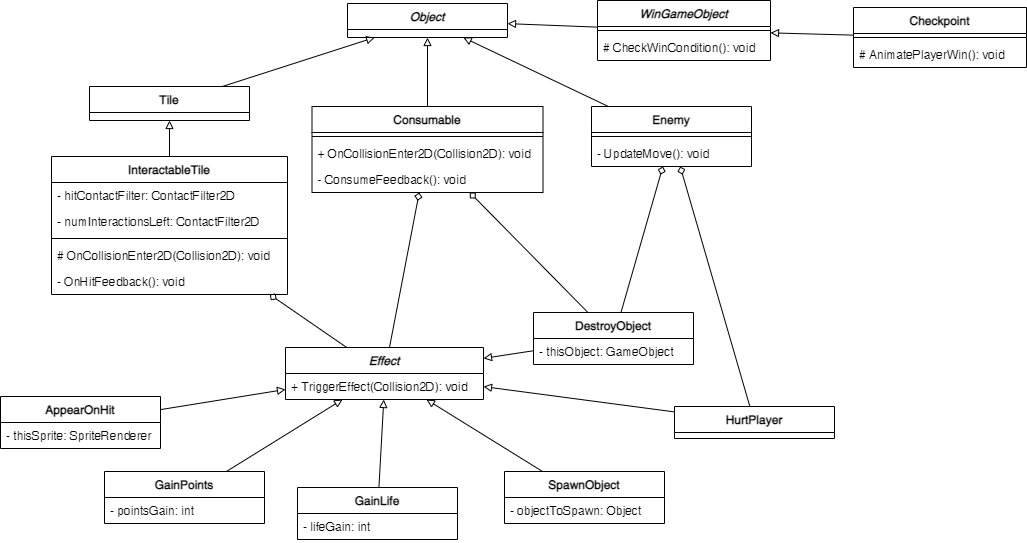
Before: images/class-diagram.png, a diagram exported from draw.io (djtfoo/PlatformerGame2D). Source tidied: cells renumbered, new cells last; positions are measured from the earlier drawing's top-left corner, leaving out a move shared by most shapes. Source of this version:
```xml
<mxGraphModel>
  <root>
    <mxCell id="0" />
    <mxCell id="1" parent="0" />
    <mxCell id="2" value="Object" style="swimlane;fontStyle=3;align=center;verticalAlign=top;horizontal=1;startSize=26;" parent="1" vertex="1">
      <mxGeometry x="347" y="3" width="160" height="34" as="geometry" />
    </mxCell>
    <mxCell id="3" style="edgeStyle=none;rounded=0;jettySize=auto;html=1;startArrow=none;startFill=0;endArrow=block;endFill=0;" parent="1" edge="1" source="4" target="2">
      <mxGeometry relative="1" as="geometry" />
    </mxCell>
    <mxCell id="4" value="Tile" style="swimlane;fontStyle=1;align=center;verticalAlign=top;horizontal=1;startSize=26;" parent="1" vertex="1">
      <mxGeometry x="89" y="86" width="160" height="34" as="geometry" />
    </mxCell>
    <mxCell id="5" style="edgeStyle=none;rounded=0;jettySize=auto;html=1;startArrow=diamond;startFill=0;endArrow=none;endFill=0;" parent="1" edge="1" source="7" target="13">
      <mxGeometry relative="1" as="geometry" />
    </mxCell>
    <mxCell id="6" style="edgeStyle=none;rounded=0;jettySize=auto;html=1;startArrow=none;startFill=0;endArrow=block;endFill=0;" parent="1" edge="1" source="7" target="4">
      <mxGeometry relative="1" as="geometry" />
    </mxCell>
    <mxCell id="7" value="InteractableTile" style="swimlane;fontStyle=1;align=center;verticalAlign=top;horizontal=1;startSize=26;" parent="1" vertex="1">
      <mxGeometry x="51" y="156" width="236" height="138" as="geometry" />
    </mxCell>
    <mxCell id="8" value="- hitContactFilter: ContactFilter2D" style="text;strokeColor=none;fillColor=none;align=left;verticalAlign=top;spacingLeft=4;spacingRight=4;overflow=hidden;" parent="7" vertex="1">
      <mxGeometry y="26" width="236" height="26" as="geometry" />
    </mxCell>
    <mxCell id="9" value="- numInteractionsLeft: ContactFilter2D" style="text;strokeColor=none;fillColor=none;align=left;verticalAlign=top;spacingLeft=4;spacingRight=4;overflow=hidden;" parent="7" vertex="1">
      <mxGeometry y="52" width="236" height="26" as="geometry" />
    </mxCell>
    <mxCell id="10" style="line;strokeWidth=1;fillColor=none;align=left;verticalAlign=middle;spacingTop=-1;spacingLeft=3;spacingRight=3;labelPosition=right;" parent="7" vertex="1">
      <mxGeometry y="78" width="236" height="8" as="geometry" />
    </mxCell>
    <mxCell id="11" value="# OnCollisionEnter2D(Collision2D): void" style="text;strokeColor=none;fillColor=none;align=left;verticalAlign=top;spacingLeft=4;spacingRight=4;overflow=hidden;" parent="7" vertex="1">
      <mxGeometry y="86" width="236" height="26" as="geometry" />
    </mxCell>
    <mxCell id="12" value="- OnHitFeedback(): void" style="text;strokeColor=none;fillColor=none;align=left;verticalAlign=top;spacingLeft=4;spacingRight=4;overflow=hidden;" parent="7" vertex="1">
      <mxGeometry y="112" width="236" height="26" as="geometry" />
    </mxCell>
    <mxCell id="13" value="Effect" style="swimlane;fontStyle=3;align=center;verticalAlign=top;horizontal=1;startSize=26;" parent="1" vertex="1">
      <mxGeometry x="285" y="347" width="198" height="52" as="geometry" />
    </mxCell>
    <mxCell id="14" value="+ TriggerEffect(Collision2D): void" style="text;strokeColor=none;fillColor=none;align=left;verticalAlign=top;spacingLeft=4;spacingRight=4;overflow=hidden;points=[[0,0.5],[1,0.5]];portConstraint=eastwest;" parent="13" vertex="1">
      <mxGeometry y="26" width="198" height="26" as="geometry" />
    </mxCell>
    <mxCell id="15" style="rounded=0;jettySize=auto;html=1;endArrow=none;endFill=0;startArrow=diamond;startFill=0;" parent="1" edge="1" source="18" target="13">
      <mxGeometry relative="1" as="geometry" />
    </mxCell>
    <mxCell id="16" style="edgeStyle=none;rounded=0;jettySize=auto;html=1;startArrow=none;startFill=0;endArrow=block;endFill=0;" parent="1" edge="1" source="18" target="2">
      <mxGeometry relative="1" as="geometry" />
    </mxCell>
    <mxCell id="17" style="edgeStyle=none;rounded=0;jettySize=auto;html=1;startArrow=diamond;startFill=0;endArrow=none;endFill=0;" parent="1" edge="1" source="18" target="43">
      <mxGeometry relative="1" as="geometry" />
    </mxCell>
    <mxCell id="18" value="Consumable" style="swimlane;fontStyle=1;align=center;verticalAlign=top;horizontal=1;startSize=26;" parent="1" vertex="1">
      <mxGeometry x="311.5" y="106" width="231" height="86" as="geometry" />
    </mxCell>
    <mxCell id="19" style="line;strokeWidth=1;fillColor=none;align=left;verticalAlign=middle;spacingTop=-1;spacingLeft=3;spacingRight=3;labelPosition=right;" parent="18" vertex="1">
      <mxGeometry y="26" width="231" height="8" as="geometry" />
    </mxCell>
    <mxCell id="20" value="+ OnCollisionEnter2D(Collision2D): void" style="text;strokeColor=none;fillColor=none;align=left;verticalAlign=top;spacingLeft=4;spacingRight=4;overflow=hidden;" parent="18" vertex="1">
      <mxGeometry y="34" width="231" height="26" as="geometry" />
    </mxCell>
    <mxCell id="21" value="- ConsumeFeedback(): void" style="text;strokeColor=none;fillColor=none;align=left;verticalAlign=top;spacingLeft=4;spacingRight=4;overflow=hidden;" parent="18" vertex="1">
      <mxGeometry y="60" width="231" height="26" as="geometry" />
    </mxCell>
    <mxCell id="22" style="edgeStyle=none;rounded=0;jettySize=auto;html=1;startArrow=none;startFill=0;endArrow=block;endFill=0;" parent="1" edge="1" source="25" target="2">
      <mxGeometry relative="1" as="geometry" />
    </mxCell>
    <mxCell id="23" style="edgeStyle=none;rounded=0;jettySize=auto;html=1;startArrow=diamond;startFill=0;endArrow=none;endFill=0;" parent="1" edge="1" source="25" target="43">
      <mxGeometry relative="1" as="geometry" />
    </mxCell>
    <mxCell id="24" style="edgeStyle=none;rounded=0;jettySize=auto;html=1;startArrow=diamond;startFill=0;endArrow=none;endFill=0;" parent="1" edge="1" source="25" target="38">
      <mxGeometry relative="1" as="geometry" />
    </mxCell>
    <mxCell id="25" value="Enemy" style="swimlane;fontStyle=1;align=center;verticalAlign=top;horizontal=1;startSize=26;" parent="1" vertex="1">
      <mxGeometry x="591" y="106" width="160" height="60" as="geometry" />
    </mxCell>
    <mxCell id="26" style="line;strokeWidth=1;fillColor=none;align=left;verticalAlign=middle;spacingTop=-1;spacingLeft=3;spacingRight=3;labelPosition=right;" parent="25" vertex="1">
      <mxGeometry y="26" width="160" height="8" as="geometry" />
    </mxCell>
    <mxCell id="27" value="- UpdateMove(): void" style="text;strokeColor=none;fillColor=none;align=left;verticalAlign=top;spacingLeft=4;spacingRight=4;overflow=hidden;" parent="25" vertex="1">
      <mxGeometry y="34" width="160" height="26" as="geometry" />
    </mxCell>
    <mxCell id="28" style="edgeStyle=none;rounded=0;jettySize=auto;html=1;startArrow=none;startFill=0;endArrow=block;endFill=0;" parent="1" edge="1" source="29" target="13">
      <mxGeometry relative="1" as="geometry" />
    </mxCell>
    <mxCell id="29" value="AppearOnHit" style="swimlane;fontStyle=1;align=center;verticalAlign=top;horizontal=1;startSize=26;" parent="1" vertex="1">
      <mxGeometry y="396" width="160" height="52" as="geometry" />
    </mxCell>
    <mxCell id="30" value="- thisSprite: SpriteRenderer" style="text;strokeColor=none;fillColor=none;align=left;verticalAlign=top;spacingLeft=4;spacingRight=4;overflow=hidden;" parent="29" vertex="1">
      <mxGeometry y="26" width="160" height="26" as="geometry" />
    </mxCell>
    <mxCell id="31" style="edgeStyle=none;rounded=0;jettySize=auto;html=1;startArrow=none;startFill=0;endArrow=block;endFill=0;" parent="1" edge="1" source="32" target="13">
      <mxGeometry relative="1" as="geometry" />
    </mxCell>
    <mxCell id="32" value="SpawnObject" style="swimlane;fontStyle=1;align=center;verticalAlign=top;horizontal=1;startSize=26;" parent="1" vertex="1">
      <mxGeometry x="504" y="471" width="160" height="52" as="geometry" />
    </mxCell>
    <mxCell id="33" value="- objectToSpawn: Object" style="text;strokeColor=none;fillColor=none;align=left;verticalAlign=top;spacingLeft=4;spacingRight=4;overflow=hidden;" parent="32" vertex="1">
      <mxGeometry y="26" width="160" height="26" as="geometry" />
    </mxCell>
    <mxCell id="34" style="edgeStyle=none;rounded=0;jettySize=auto;html=1;startArrow=none;startFill=0;endArrow=block;endFill=0;" parent="1" edge="1" source="35" target="13">
      <mxGeometry relative="1" as="geometry" />
    </mxCell>
    <mxCell id="35" value="GainPoints" style="swimlane;fontStyle=1;align=center;verticalAlign=top;horizontal=1;startSize=26;" parent="1" vertex="1">
      <mxGeometry x="104" y="471" width="160" height="52" as="geometry" />
    </mxCell>
    <mxCell id="36" value="- pointsGain: int" style="text;strokeColor=none;fillColor=none;align=left;verticalAlign=top;spacingLeft=4;spacingRight=4;overflow=hidden;" parent="35" vertex="1">
      <mxGeometry y="26" width="160" height="26" as="geometry" />
    </mxCell>
    <mxCell id="37" style="edgeStyle=none;rounded=0;jettySize=auto;html=1;startArrow=none;startFill=0;endArrow=block;endFill=0;" parent="1" edge="1" source="38" target="13">
      <mxGeometry relative="1" as="geometry" />
    </mxCell>
    <mxCell id="38" value="HurtPlayer" style="swimlane;fontStyle=1;align=center;verticalAlign=top;horizontal=1;startSize=26;" parent="1" vertex="1">
      <mxGeometry x="674" y="406" width="160" height="32" as="geometry" />
    </mxCell>
    <mxCell id="39" style="edgeStyle=none;rounded=0;jettySize=auto;html=1;startArrow=none;startFill=0;endArrow=block;endFill=0;" parent="1" edge="1" source="40" target="14">
      <mxGeometry relative="1" as="geometry" />
    </mxCell>
    <mxCell id="40" value="GainLife" style="swimlane;fontStyle=1;align=center;verticalAlign=top;horizontal=1;startSize=26;" parent="1" vertex="1">
      <mxGeometry x="297" y="487" width="160" height="52" as="geometry" />
    </mxCell>
    <mxCell id="41" value="- lifeGain: int" style="text;strokeColor=none;fillColor=none;align=left;verticalAlign=top;spacingLeft=4;spacingRight=4;overflow=hidden;" parent="40" vertex="1">
      <mxGeometry y="26" width="160" height="26" as="geometry" />
    </mxCell>
    <mxCell id="42" style="edgeStyle=none;rounded=0;jettySize=auto;html=1;startArrow=none;startFill=0;endArrow=block;endFill=0;" parent="1" edge="1" source="43" target="13">
      <mxGeometry relative="1" as="geometry" />
    </mxCell>
    <mxCell id="43" value="DestroyObject" style="swimlane;fontStyle=1;align=center;verticalAlign=top;horizontal=1;startSize=26;" parent="1" vertex="1">
      <mxGeometry x="533" y="312" width="160" height="52" as="geometry" />
    </mxCell>
    <mxCell id="44" value="- thisObject: GameObject" style="text;strokeColor=none;fillColor=none;align=left;verticalAlign=top;spacingLeft=4;spacingRight=4;overflow=hidden;" parent="43" vertex="1">
      <mxGeometry y="26" width="160" height="26" as="geometry" />
    </mxCell>
    <mxCell id="45" style="edgeStyle=none;rounded=0;jettySize=auto;html=1;startArrow=none;startFill=0;endArrow=block;endFill=0;" parent="1" edge="1" source="46" target="50">
      <mxGeometry relative="1" as="geometry" />
    </mxCell>
    <mxCell id="46" value="Checkpoint" style="swimlane;fontStyle=1;align=center;verticalAlign=top;horizontal=1;startSize=26;" parent="1" vertex="1">
      <mxGeometry x="853" y="7" width="173" height="60" as="geometry" />
    </mxCell>
    <mxCell id="47" style="line;strokeWidth=1;fillColor=none;align=left;verticalAlign=middle;spacingTop=-1;spacingLeft=3;spacingRight=3;labelPosition=right;" parent="46" vertex="1">
      <mxGeometry y="26" width="173" height="8" as="geometry" />
    </mxCell>
    <mxCell id="48" value="# AnimatePlayerWin(): void" style="text;strokeColor=none;fillColor=none;align=left;verticalAlign=top;spacingLeft=4;spacingRight=4;overflow=hidden;" parent="46" vertex="1">
      <mxGeometry y="34" width="173" height="26" as="geometry" />
    </mxCell>
    <mxCell id="49" style="edgeStyle=none;rounded=0;jettySize=auto;html=1;startArrow=none;startFill=0;endArrow=block;endFill=0;" parent="1" edge="1" source="50" target="2">
      <mxGeometry relative="1" as="geometry" />
    </mxCell>
    <mxCell id="50" value="WinGameObject" style="swimlane;fontStyle=3;align=center;verticalAlign=top;horizontal=1;startSize=26;" parent="1" vertex="1">
      <mxGeometry x="597" width="173" height="60" as="geometry" />
    </mxCell>
    <mxCell id="51" style="line;strokeWidth=1;fillColor=none;align=left;verticalAlign=middle;spacingTop=-1;spacingLeft=3;spacingRight=3;labelPosition=right;" parent="50" vertex="1">
      <mxGeometry y="26" width="173" height="8" as="geometry" />
    </mxCell>
    <mxCell id="52" value="# CheckWinCondition(): void" style="text;strokeColor=none;fillColor=none;align=left;verticalAlign=top;spacingLeft=4;spacingRight=4;overflow=hidden;" parent="50" vertex="1">
      <mxGeometry y="34" width="173" height="26" as="geometry" />
    </mxCell>
  </root>
</mxGraphModel>
```
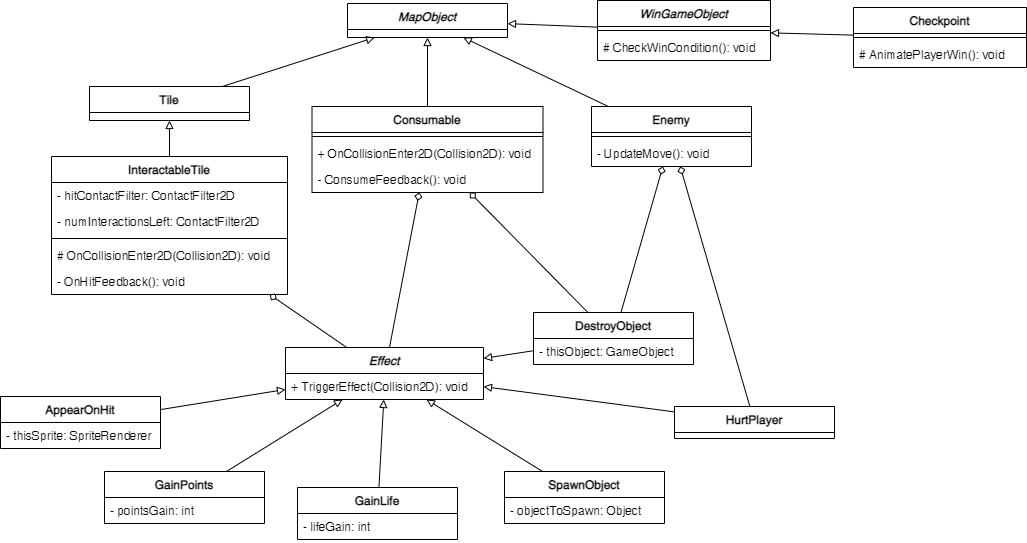
The same file after the commit.

Commit message:
Added comments, and renamed Object to MapObject for clarity and avoid namespace conflict

Change to the diagram source:
```diff
@@ -2,7 +2,7 @@
   <root>
     <mxCell id="0" />
     <mxCell id="1" parent="0" />
-    <mxCell id="2" value="Object" style="swimlane;fontStyle=3;align=center;verticalAlign=top;horizontal=1;startSize=26;" parent="1" vertex="1">
+    <mxCell id="2" value="MapObject" style="swimlane;fontStyle=3;align=center;verticalAlign=top;horizontal=1;startSize=26;" parent="1" vertex="1">
       <mxGeometry x="347" y="3" width="160" height="34" as="geometry" />
     </mxCell>
     <mxCell id="3" style="edgeStyle=none;rounded=0;jettySize=auto;html=1;startArrow=none;startFill=0;endArrow=block;endFill=0;" parent="1" edge="1" source="4" target="2">
```
